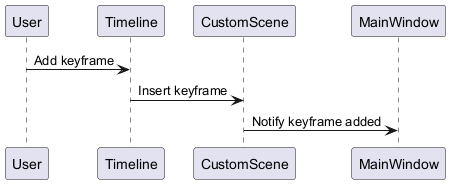
ChihiroYamashita/cg-repo keeps this PlantUML diagram as html/inline_umlgraph_30.png. Above is the earlier version. Source of this version:
```plantuml
@startuml inline_umlgraph_30.png
User -> Timeline : Add keyframe
Timeline -> CustomScene : Insert keyframe
CustomScene -> MainWindow : Notify keyframe added
@enduml
```
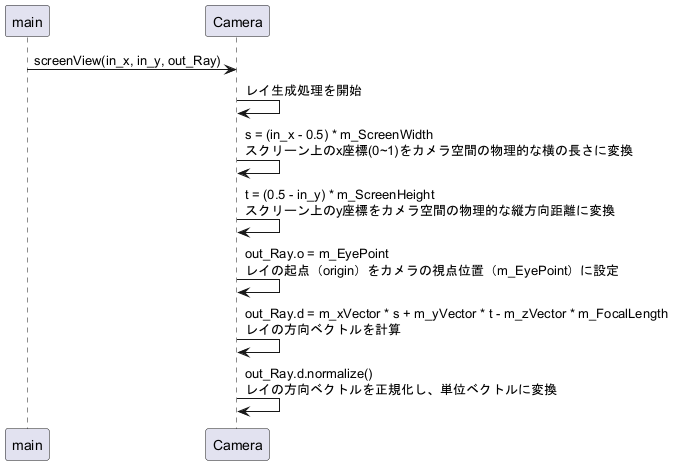
The same diagram one commit later.

The edit, as a diff of the source:
```diff
@@ -1,5 +1,9 @@
 @startuml inline_umlgraph_30.png
-User -> Timeline : Add keyframe
-Timeline -> CustomScene : Insert keyframe
-CustomScene -> MainWindow : Notify keyframe added
+main -> Camera : screenView(in_x, in_y, out_Ray)
+Camera -> Camera : レイ生成処理を開始
+Camera -> Camera : s = (in_x - 0.5) * m_ScreenWidth \nスクリーン上のx座標(0~1)をカメラ空間の物理的な横の長さに変換
+Camera -> Camera : t = (0.5 - in_y) * m_ScreenHeight \nスクリーン上のy座標をカメラ空間の物理的な縦方向距離に変換
+Camera -> Camera : out_Ray.o = m_EyePoint \nレイの起点（origin）をカメラの視点位置（m_EyePoint）に設定
+Camera -> Camera : out_Ray.d = m_xVector * s + m_yVector * t - m_zVector * m_FocalLength \nレイの方向ベクトルを計算
+Camera -> Camera : out_Ray.d.normalize() \nレイの方向ベクトルを正規化し、単位ベクトルに変換
 @enduml
```
